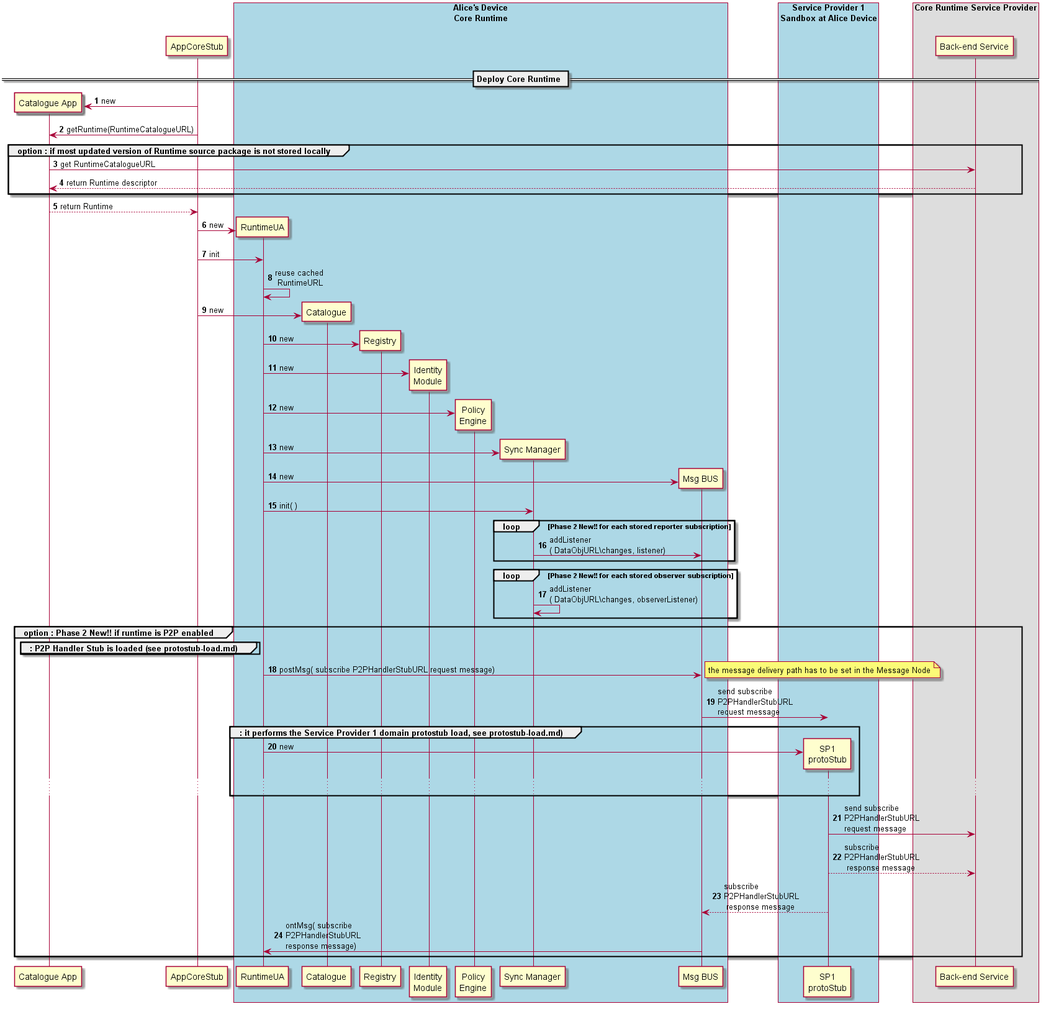
Earlier version of the PlantUML export dynamic-view/basics/deploy-runtime.png (reTHINK-project/specs). Its source is kept beside it as dynamic-view/basics/deploy-runtime.plantuml.
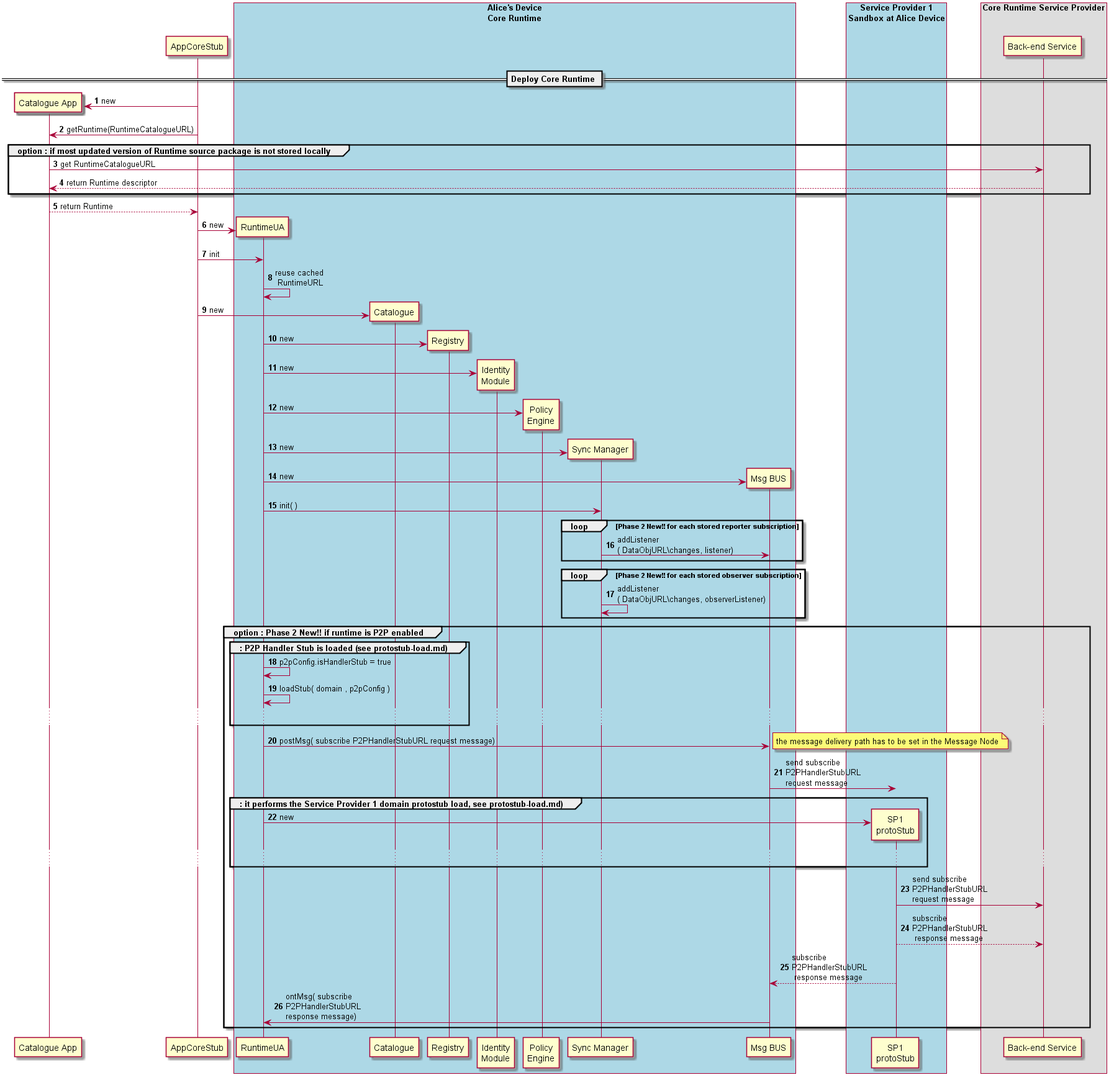
After the change.

Commit message:
deploy runtime, deploy runtime and routing address resolution updated according to feedback from implementation

Change to the diagram source:
```diff
@@ -83,9 +83,16 @@
 group option : Phase 2 New!! if runtime is P2P enabled
 
   group : P2P Handler Stub is loaded (see protostub-load.md)
+
+    RunUA@A -> RunUA@A : p2pConfig.isHandlerStub = true
+
+    RunUA@A -> RunUA@A : loadStub( domain , p2pConfig )
+
+    ...
+
   end group
 
-RunUA@A -> BUS@A : postMsg( subscribe P2PHandlerStubURL request message)
+  RunUA@A -> BUS@A : postMsg( subscribe P2PHandlerStubURL request message)
 
   note right
     the message delivery path has to be set in the Message Node
```
